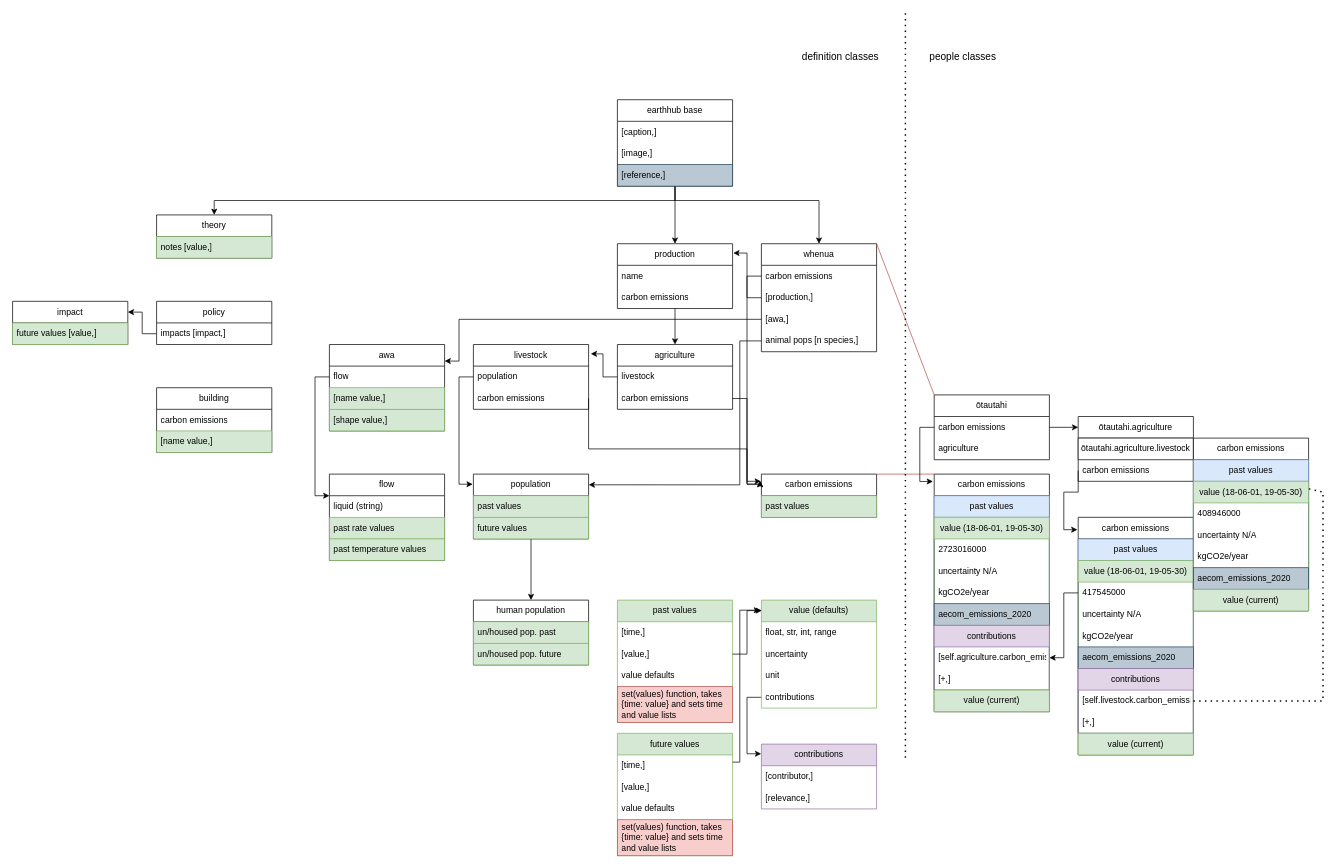
Before: earthhub_diagram (1).drawio in KasparSoltero/earthhub, a draw.io diagram. Source tidied: cells renumbered, new cells numbered last; positions are measured from the earlier drawing's top-left corner, leaving out a move shared by most shapes. Both pictures are drawn from the tidied source at 72%, with x=0, y=0 at pixel (12, 13).
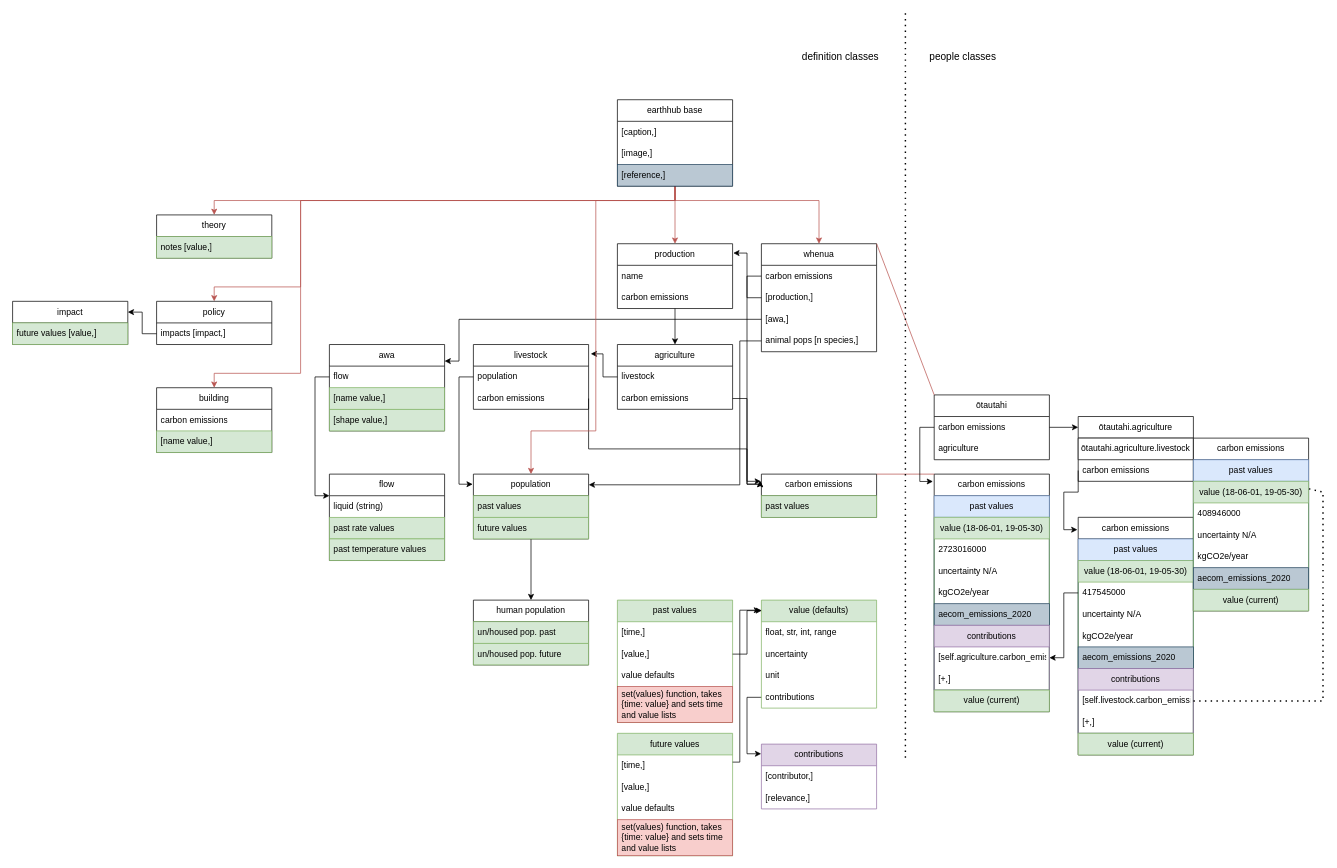
After the change.

The change refers to these unchanged cells:
```xml
<mxCell id="3" value="whenua" style="swimlane;fontStyle=0;horizontal=1;startSize=30;whiteSpace=wrap;html=1;rounded=0;" parent="1" vertex="1">
  <mxGeometry x="1040" y="320" width="160" height="150" as="geometry" />
</mxCell>
<mxCell id="67" value="population" style="swimlane;fontStyle=0;horizontal=1;startSize=30;whiteSpace=wrap;html=1;rounded=0;" parent="1" vertex="1">
  <mxGeometry x="640" y="640" width="160" height="90" as="geometry" />
</mxCell>
<mxCell id="81" value="production" style="swimlane;fontStyle=0;horizontal=1;startSize=30;whiteSpace=wrap;html=1;" parent="1" vertex="1">
  <mxGeometry x="840" y="320" width="160" height="90" as="geometry" />
</mxCell>
<mxCell id="100" value="earthhub base" style="swimlane;fontStyle=0;horizontal=1;startSize=30;whiteSpace=wrap;html=1;" parent="1" vertex="1">
  <mxGeometry x="840" y="120" width="160" height="120" as="geometry" />
</mxCell>
<mxCell id="105" value="theory" style="swimlane;fontStyle=0;horizontal=1;startSize=30;whiteSpace=wrap;html=1;" parent="1" vertex="1">
  <mxGeometry x="200" y="280" width="160" height="60" as="geometry" />
</mxCell>
<mxCell id="107" value="policy" style="swimlane;fontStyle=0;horizontal=1;startSize=30;whiteSpace=wrap;html=1;" parent="1" vertex="1">
  <mxGeometry x="200" y="400" width="160" height="60" as="geometry" />
</mxCell>
<mxCell id="122" value="building" style="swimlane;fontStyle=0;horizontal=1;startSize=30;whiteSpace=wrap;html=1;" parent="1" vertex="1">
  <mxGeometry x="200" y="520" width="160" height="90" as="geometry" />
</mxCell>
```

Diff of the diagram source:
```diff
@@
-    <mxCell id="97" style="edgeStyle=orthogonalEdgeStyle;rounded=0;jettySize=auto;html=1;entryX=0.5;entryY=0;entryDx=0;entryDy=0;" parent="1" edge="1" source="100" target="81">
+    <mxCell id="97" style="edgeStyle=orthogonalEdgeStyle;rounded=0;jettySize=auto;html=1;entryX=0.5;entryY=0;entryDx=0;entryDy=0;fillColor=#f8cecc;strokeColor=#b85450;" parent="1" edge="1" source="100" target="81">
       <mxGeometry relative="1" as="geometry" />
     </mxCell>
-    <mxCell id="98" style="edgeStyle=orthogonalEdgeStyle;rounded=0;jettySize=auto;html=1;entryX=0.5;entryY=0;entryDx=0;entryDy=0;" parent="1" edge="1" source="100" target="3">
+    <mxCell id="98" style="edgeStyle=orthogonalEdgeStyle;rounded=0;jettySize=auto;html=1;entryX=0.5;entryY=0;entryDx=0;entryDy=0;fillColor=#f8cecc;strokeColor=#b85450;" parent="1" edge="1" source="100" target="3">
       <mxGeometry relative="1" as="geometry">
         <Array as="points">
           <mxPoint x="920" y="260" />
           <mxPoint x="1120" y="260" />
         </Array>
       </mxGeometry>
     </mxCell>
-    <mxCell id="99" style="edgeStyle=orthogonalEdgeStyle;rounded=0;jettySize=auto;html=1;entryX=0.5;entryY=0;entryDx=0;entryDy=0;" parent="1" edge="1" source="100" target="105">
+    <mxCell id="99" style="edgeStyle=orthogonalEdgeStyle;rounded=0;jettySize=auto;html=1;entryX=0.5;entryY=0;entryDx=0;entryDy=0;fillColor=#f8cecc;strokeColor=#b85450;" parent="1" edge="1" source="100" target="105">
       <mxGeometry relative="1" as="geometry">
         <Array as="points">
           <mxPoint x="920" y="260" />
           <mxPoint x="280" y="260" />
         </Array>
       </mxGeometry>
     </mxCell>
+    <mxCell id="127" style="edgeStyle=orthogonalEdgeStyle;rounded=0;jettySize=auto;html=1;entryX=0.5;entryY=0;entryDx=0;entryDy=0;fillColor=#f8cecc;strokeColor=#b85450;exitX=0.5;exitY=1;exitDx=0;exitDy=0;" parent="1" edge="1" source="100" target="67">
+      <mxGeometry relative="1" as="geometry">
+        <Array as="points">
+          <mxPoint x="920" y="260" />
+          <mxPoint x="810" y="260" />
+          <mxPoint x="810" y="580" />
+          <mxPoint x="720" y="580" />
+        </Array>
+      </mxGeometry>
+    </mxCell>
+    <mxCell id="128" style="edgeStyle=orthogonalEdgeStyle;rounded=0;jettySize=auto;html=1;entryX=0.5;entryY=0;entryDx=0;entryDy=0;fillColor=#f8cecc;strokeColor=#b85450;" parent="1" edge="1" source="100" target="107">
+      <mxGeometry relative="1" as="geometry">
+        <Array as="points">
+          <mxPoint x="920" y="260" />
+          <mxPoint x="400" y="260" />
+          <mxPoint x="400" y="380" />
+          <mxPoint x="280" y="380" />
+        </Array>
+      </mxGeometry>
+    </mxCell>
+    <mxCell id="129" style="edgeStyle=orthogonalEdgeStyle;rounded=0;jettySize=auto;html=1;entryX=0.5;entryY=0;entryDx=0;entryDy=0;fillColor=#f8cecc;strokeColor=#b85450;" parent="1" edge="1" source="100" target="122">
+      <mxGeometry relative="1" as="geometry">
+        <Array as="points">
+          <mxPoint x="920" y="260" />
+          <mxPoint x="400" y="260" />
+          <mxPoint x="400" y="500" />
+          <mxPoint x="280" y="500" />
+        </Array>
+      </mxGeometry>
+    </mxCell>
```
